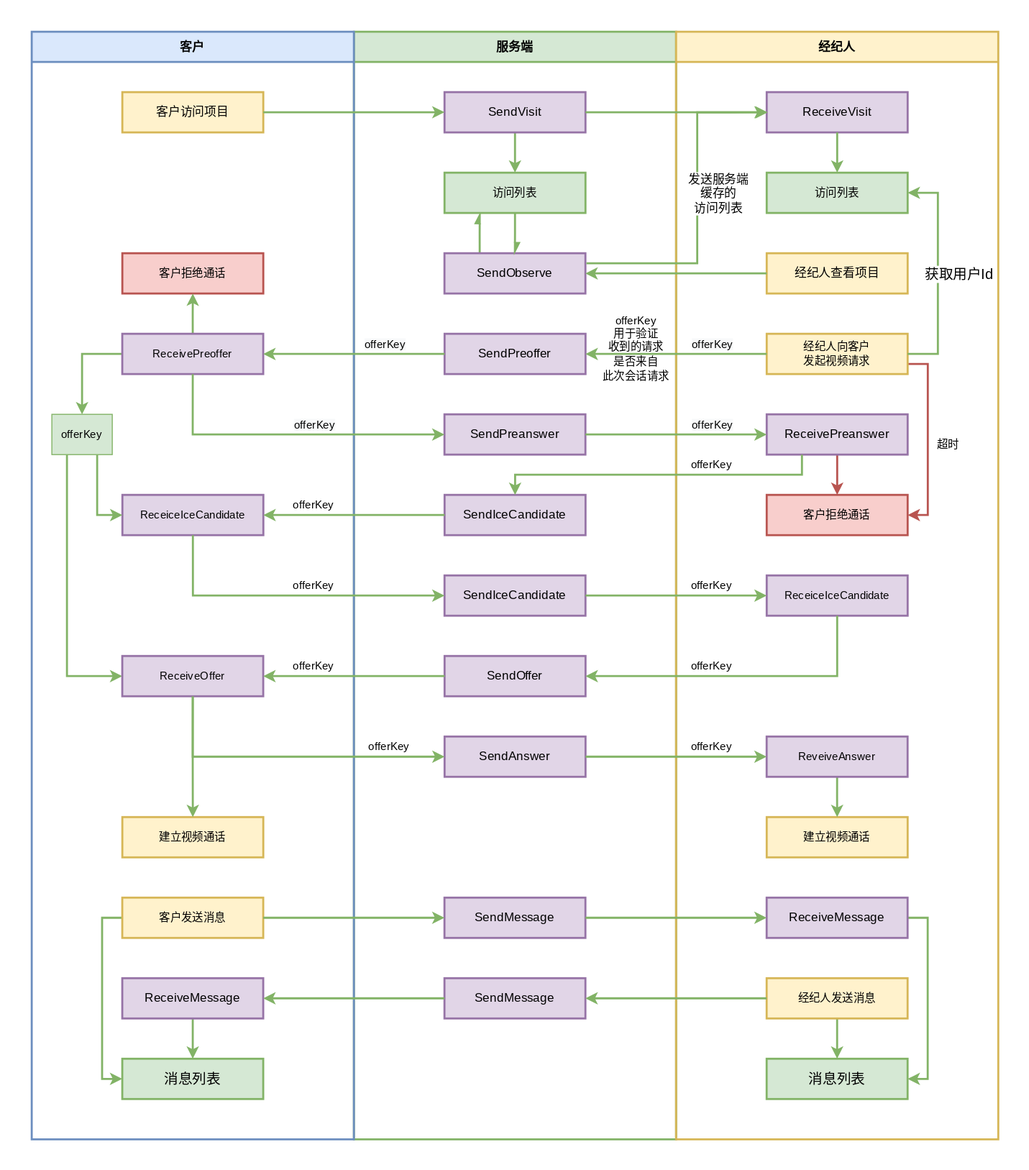
This is docs/images/经纪人与客户交互.drawio.svg from MyRoomCampus/MyRoomServer, a draw.io export, as it was before one commit. Source tidied: cells renumbered, new cells last; positions are measured from the earlier drawing's top-left corner, leaving out a move shared by most shapes.
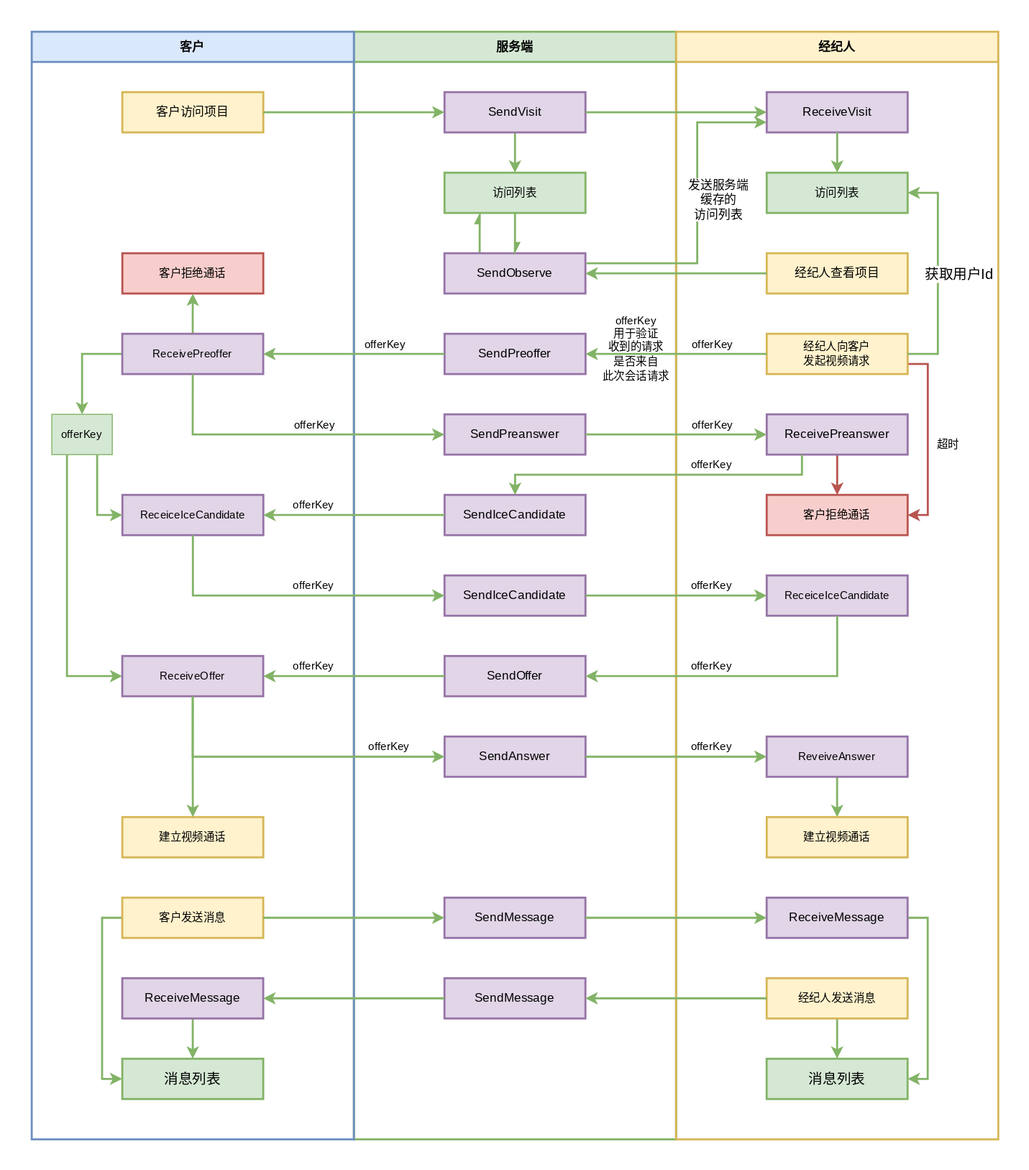
Above is the later version.

Commit message:
docs: update the flow chart

What changed in the source:
```diff
@@ -226,13 +226,12 @@
     <mxCell id="73" style="edgeStyle=orthogonalEdgeStyle;rounded=0;jettySize=auto;html=1;exitX=0;exitY=0.5;exitDx=0;exitDy=0;labelBackgroundColor=default;fontFamily=Cascadia Code;fontSize=14;fontColor=default;endArrow=classic;endFill=1;strokeColor=#82b366;strokeWidth=2;fillColor=#d5e8d4;" parent="1" edge="1" source="13" target="26">
       <mxGeometry relative="1" as="geometry" />
     </mxCell>
-    <mxCell id="74" style="edgeStyle=orthogonalEdgeStyle;rounded=0;orthogonalLoop=1;jettySize=auto;html=1;exitX=1;exitY=0.25;exitDx=0;exitDy=0;labelBackgroundColor=default;fontFamily=Cascadia Code;fontSize=12;fontColor=default;endArrow=classic;endFill=1;strokeColor=#82b366;strokeWidth=2;fillColor=#d5e8d4;" parent="1" edge="1">
+    <mxCell id="74" style="edgeStyle=orthogonalEdgeStyle;rounded=0;jettySize=auto;html=1;exitX=1;exitY=0.25;exitDx=0;exitDy=0;labelBackgroundColor=default;fontFamily=Cascadia Code;fontSize=12;fontColor=default;endArrow=classic;endFill=1;strokeColor=#82b366;strokeWidth=2;fillColor=#d5e8d4;" parent="1" edge="1" target="46">
       <mxGeometry relative="1" as="geometry">
         <mxPoint x="550.9" y="230" as="sourcePoint" />
-        <mxPoint x="731" y="80.1" as="targetPoint" />
         <Array as="points">
           <mxPoint x="661" y="230" />
-          <mxPoint x="661" y="80" />
+          <mxPoint x="661" y="90" />
         </Array>
       </mxGeometry>
     </mxCell>
```
